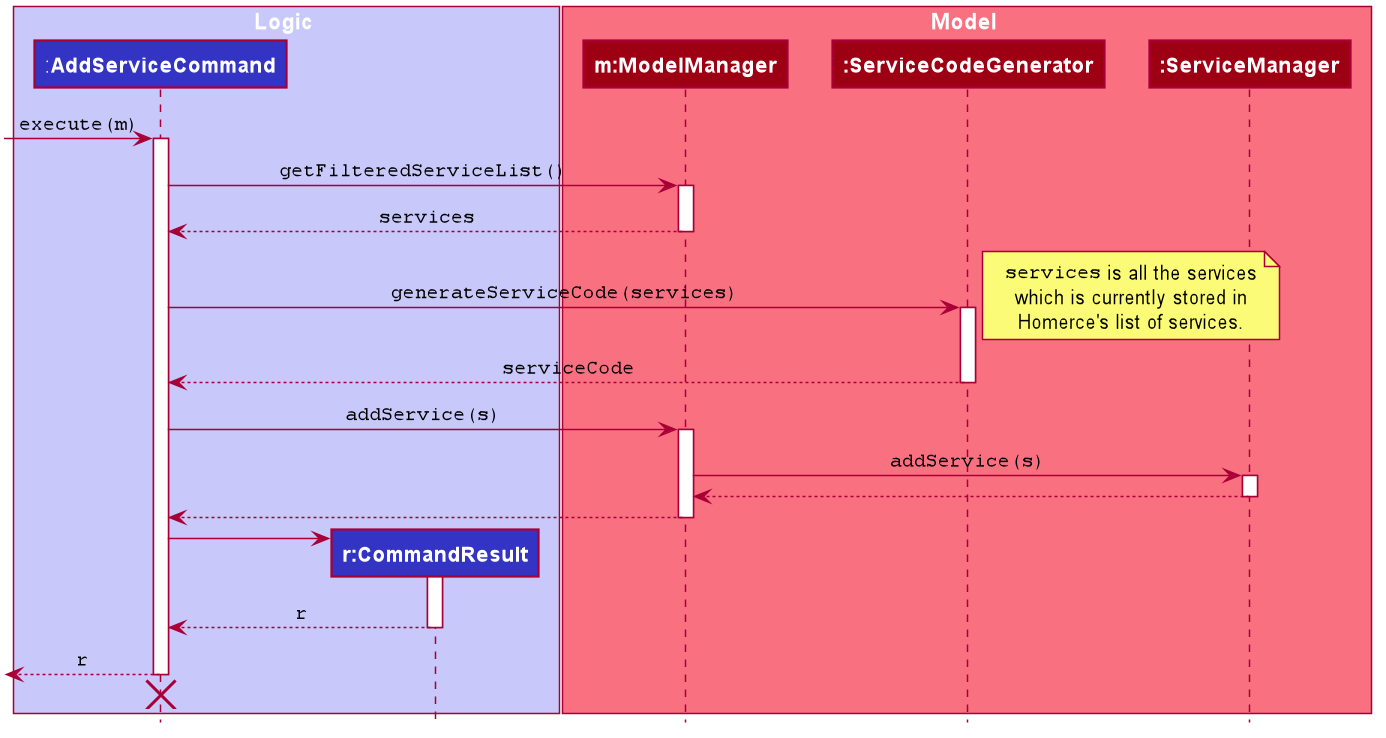
The PlantUML diagram docs/images/AddServiceSequenceDiagram.png in yanlynnnnn/tp, before a commit.
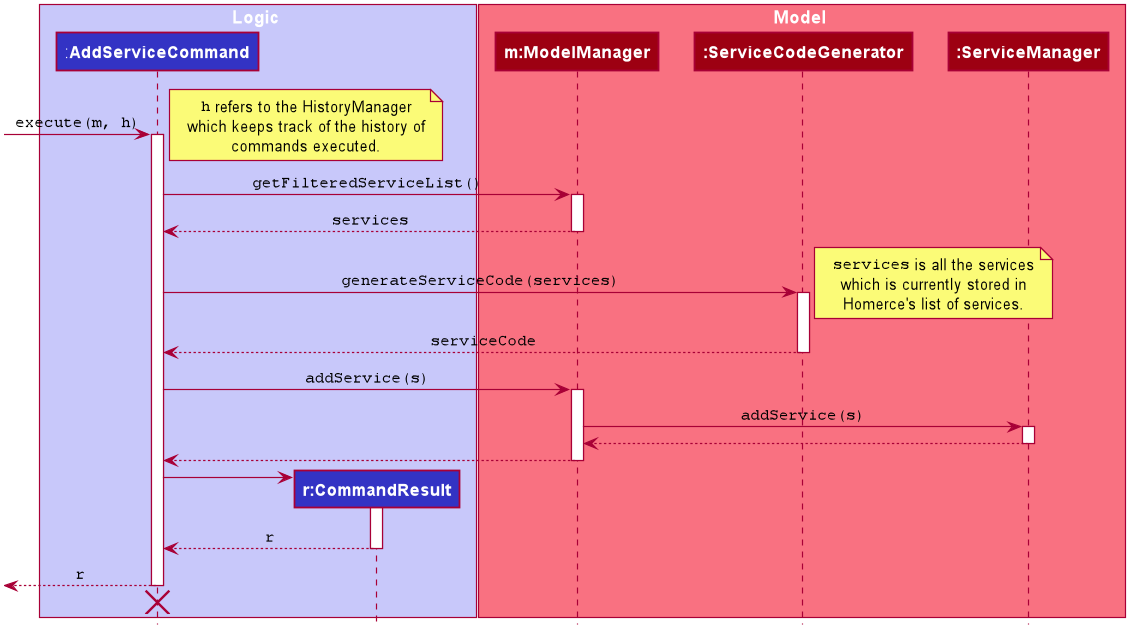
After the commit.

Commit message:
Add parameter h into puml diagrams to account for HistoryManager parameter

The edit, as a diff of the source:
```diff
@@ -61,8 +61,14 @@
 participant "**:ServiceManager**" as ServiceManager #9D0012
 end box
 
-[-> AddServiceCommand : ""execute(m)""
+[-> AddServiceCommand : ""execute(m, h)""
 activate AddServiceCommand
+
+note right
+""h"" refers to the HistoryManager
+which keeps track of the history of
+commands executed.
+end note
 
 AddServiceCommand -> ModelManager : ""getFilteredServiceList()""
 activate ModelManager
```
